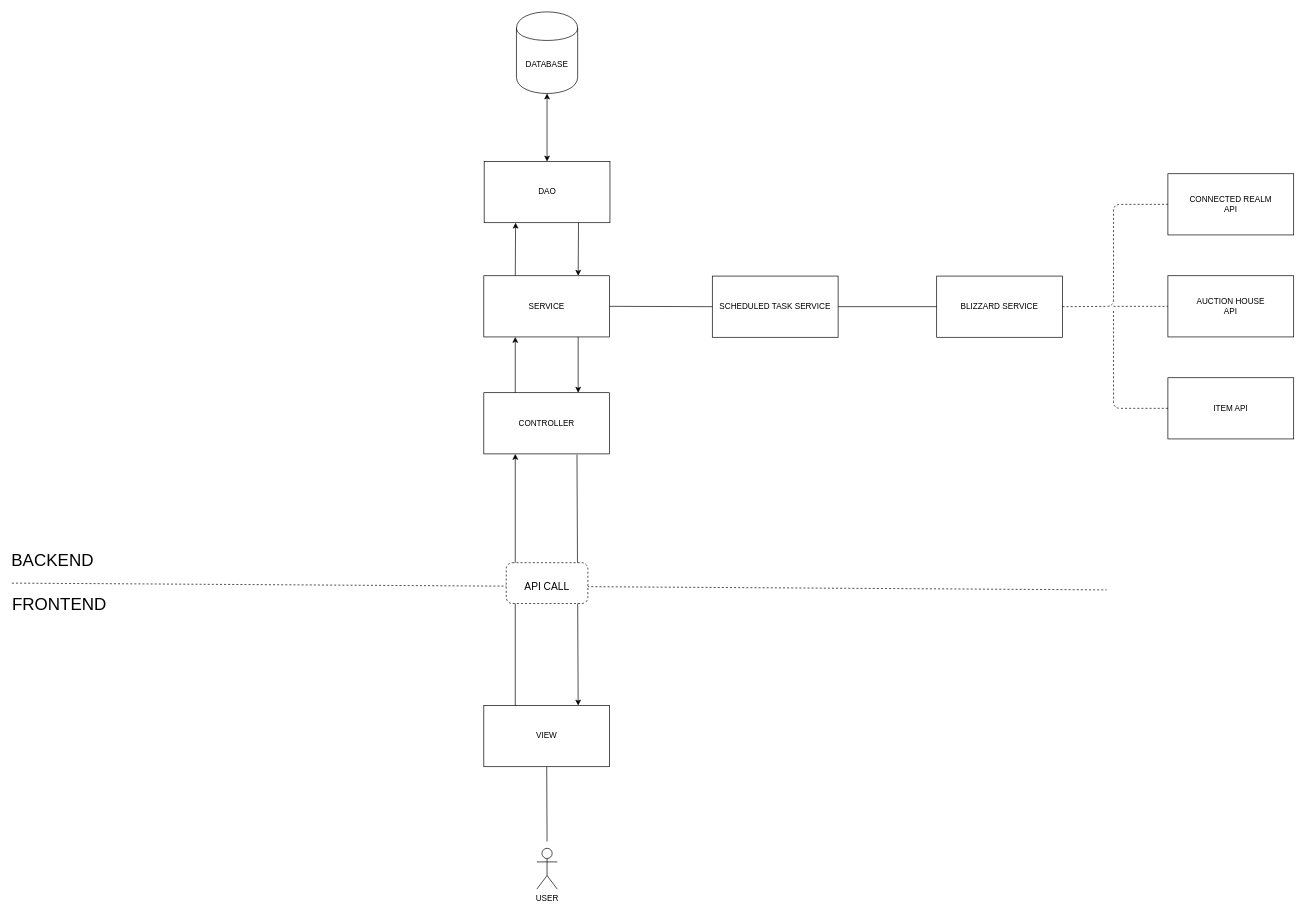
Earlier version of the draw.io diagram docs/backend/Overview Diagram.drawio (hfantini/netcore-auction-master). Source tidied: cells renumbered, new cells numbered last; positions are measured from the earlier drawing's top-left corner, leaving out a move shared by most shapes. Both pictures are drawn from the tidied source at 68%, with x=0, y=0 at pixel (12, 12).
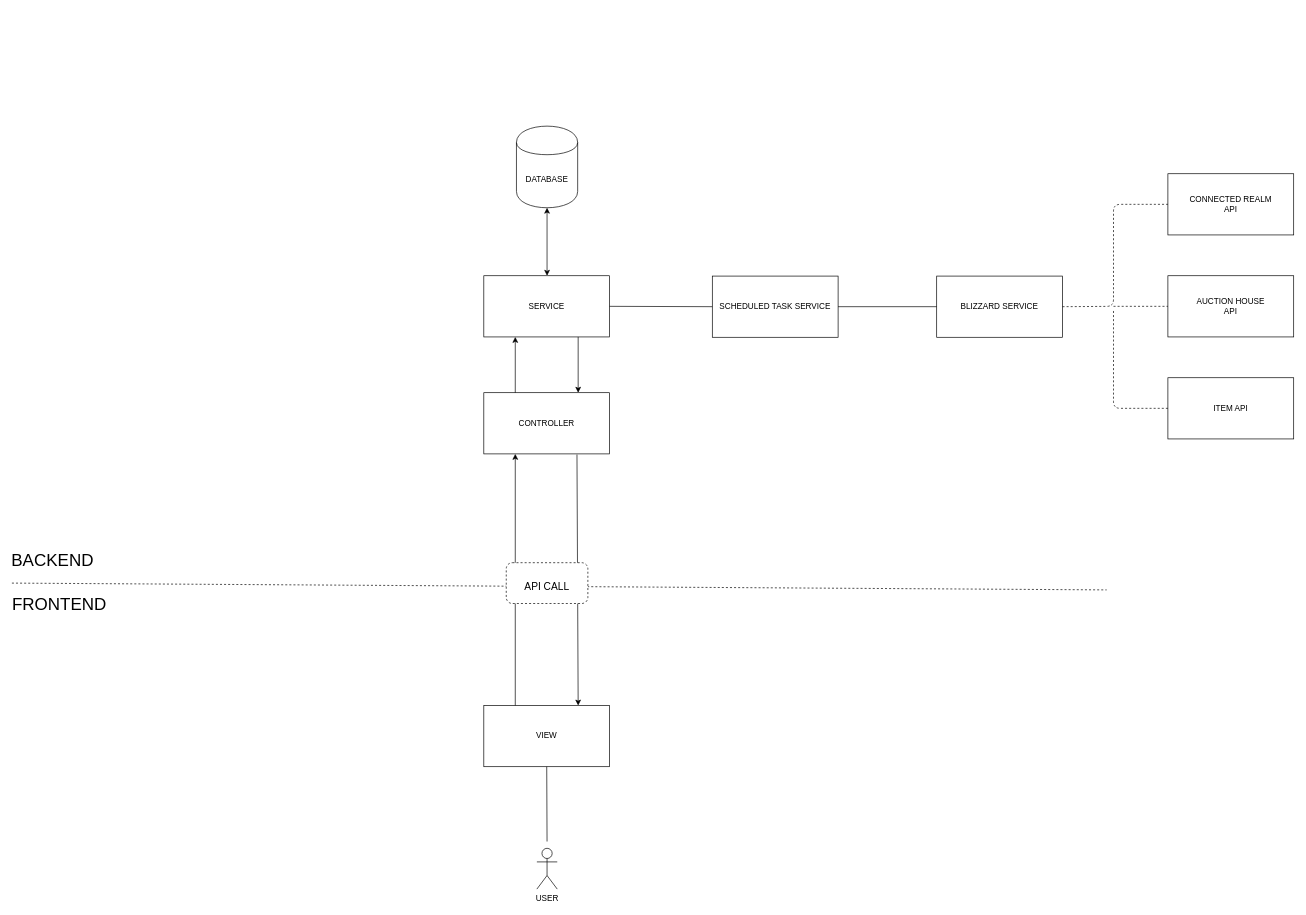
After the change.

Unchanged cells that the change refers to:
```xml
<mxCell id="16" value="SERVICE" style="rounded=0;whiteSpace=wrap;html=1;" parent="1" vertex="1">
  <mxGeometry x="694" y="388" width="185" height="90" as="geometry" />
</mxCell>
```

Change to the diagram source:
```diff
@@
     <mxCell id="2" value="DATABASE" style="shape=cylinder;whiteSpace=wrap;html=1;boundedLbl=1;backgroundOutline=1;" parent="1" vertex="1">
-      <mxGeometry x="742" width="90" height="120" as="geometry" />
+      <mxGeometry x="742" y="168" width="90" height="120" as="geometry" />
     </mxCell>
@@
-    <mxCell id="17" value="DAO" style="rounded=0;whiteSpace=wrap;html=1;" parent="1" vertex="1">
-      <mxGeometry x="694.5" y="220" width="185" height="90" as="geometry" />
-    </mxCell>
@@
-    <mxCell id="21" style="endArrow=classic;html=1;fontSize=25;exitX=0.25;exitY=0;exitDx=0;exitDy=0;entryX=0.25;entryY=1;entryDx=0;entryDy=0;" parent="1" edge="1" source="16" target="17">
-      <mxGeometry relative="1" as="geometry" />
-    </mxCell>
-    <mxCell id="22" style="endArrow=classic;html=1;fontSize=25;exitX=0.75;exitY=1;exitDx=0;exitDy=0;entryX=0.75;entryY=0;entryDx=0;entryDy=0;" parent="1" edge="1" source="17" target="16">
-      <mxGeometry relative="1" as="geometry" />
-    </mxCell>
-    <mxCell id="23" style="endArrow=classic;startArrow=classic;html=1;fontSize=25;exitX=0.5;exitY=0;exitDx=0;exitDy=0;entryX=0.5;entryY=1;entryDx=0;entryDy=0;" parent="1" edge="1" source="17" target="2">
-      <mxGeometry relative="1" as="geometry" />
+    <mxCell id="23" style="endArrow=classic;startArrow=classic;html=1;fontSize=25;exitX=0.5;exitY=0;exitDx=0;exitDy=0;entryX=0.5;entryY=1;entryDx=0;entryDy=0;" parent="1" edge="1" target="2">
+      <mxGeometry relative="1" as="geometry">
+        <mxPoint x="787" y="388" as="sourcePoint" />
+      </mxGeometry>
     </mxCell>
```
